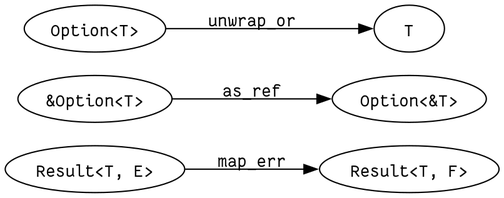
This is error-handling.png from patrickbucher/learning-rust, a Graphviz export, as it was before one commit. Its source is kept beside it as error-handling.dot.
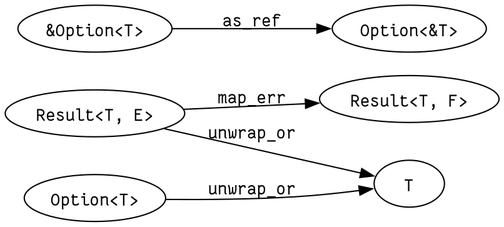
The same diagram one commit later.

Commit message:
unwrap_or for Result

Change to the diagram source:
```diff
@@ -14,4 +14,5 @@
     result_te -> result_tf [label="map_err"];
     ref_to_option -> option_to_ref [label="as_ref"]
     option_t -> t [label="unwrap_or"];
+    result_te -> t [label="unwrap_or"];
 }
```
